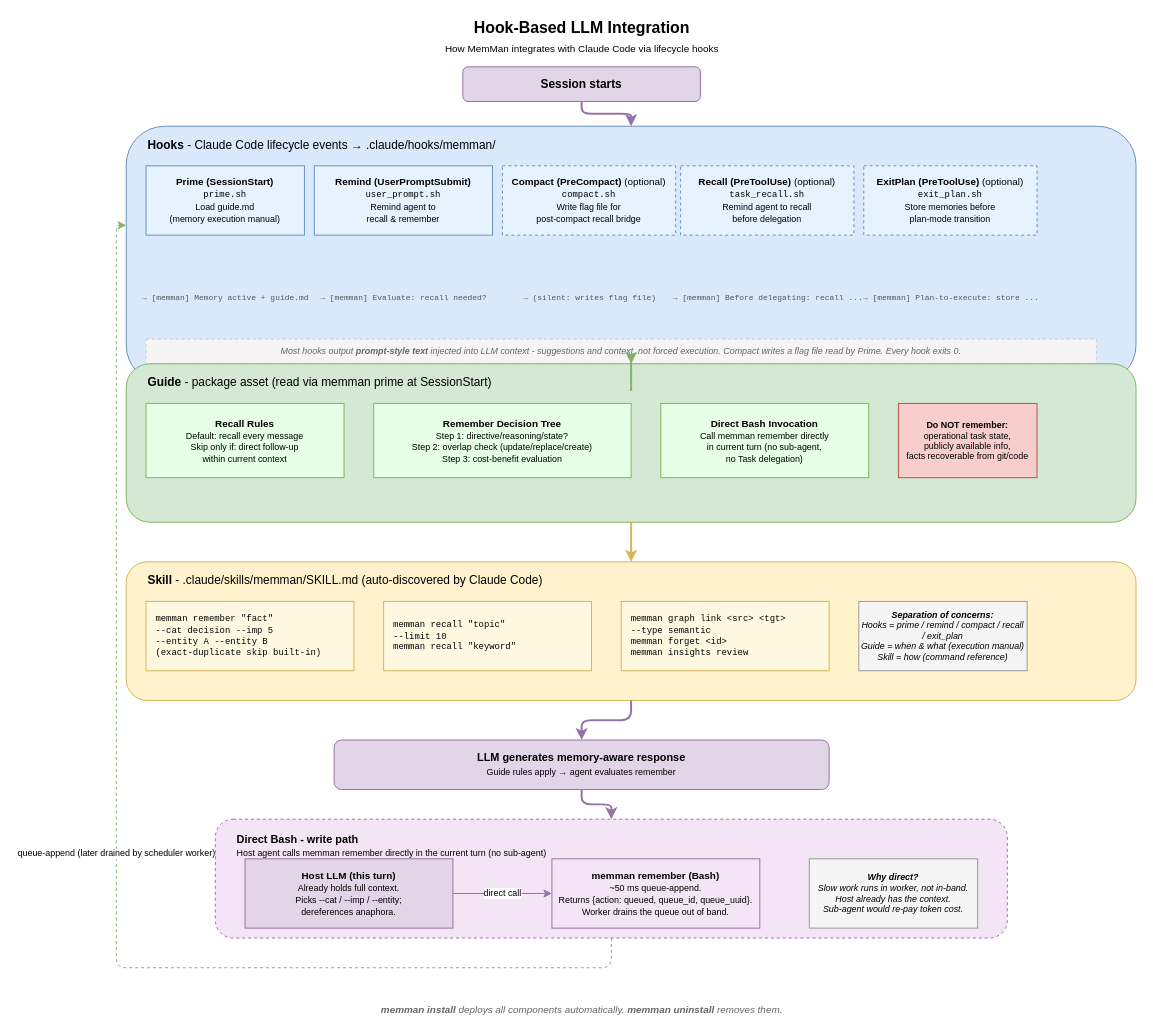
Earlier version of the draw.io diagram docs/diagrams/07-three-layer-integration.drawio (bissli/memman). Source tidied: cells renumbered, new cells numbered last; positions are measured from the earlier drawing's top-left corner, leaving out a move shared by most shapes. Both pictures are drawn from the tidied source at 99%, with x=0, y=0 at pixel (116, 17).
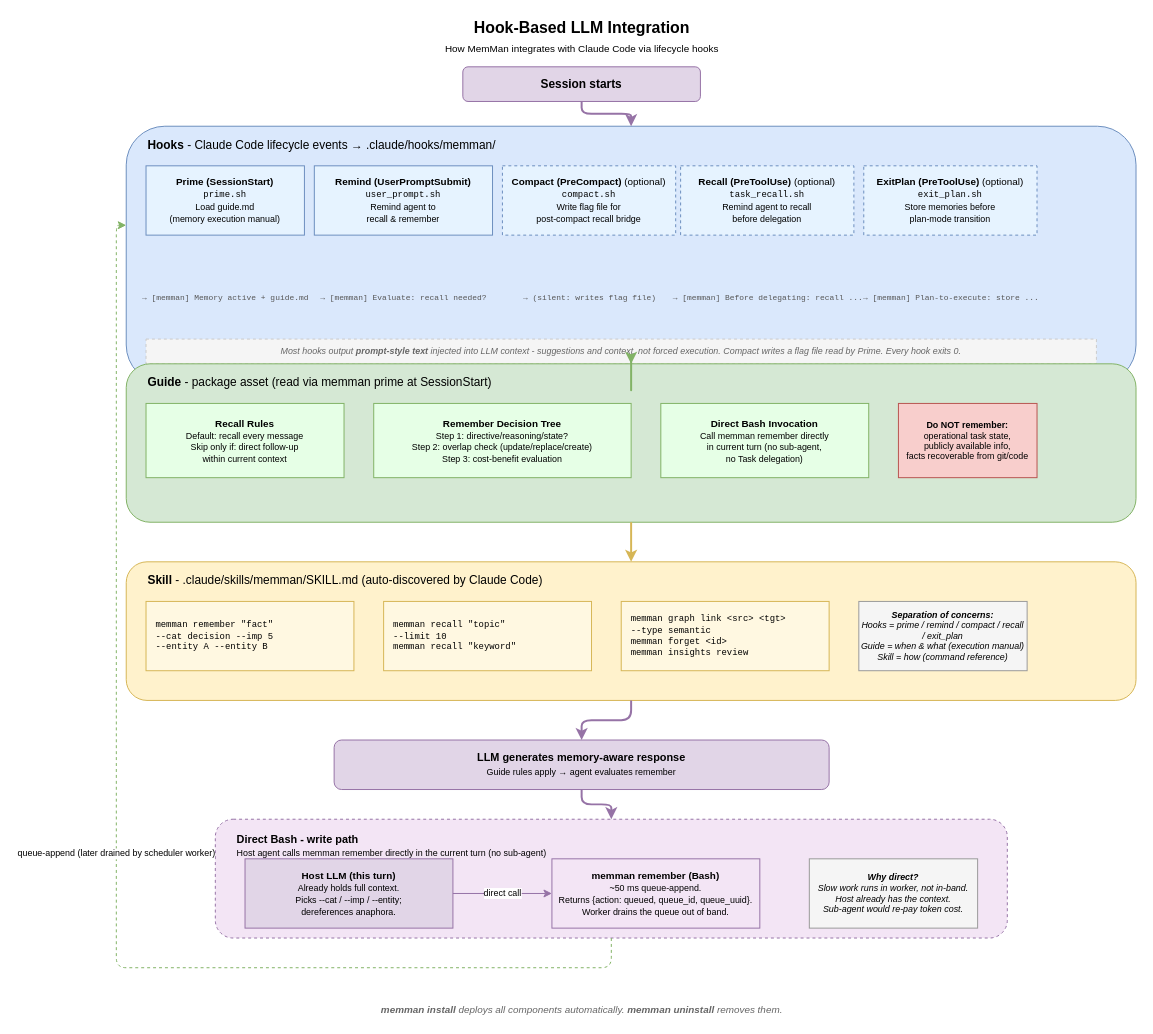
The same diagram, later.

The edit, as a diff of the source:
```diff
@@
-    <mxCell id="27" value="&lt;font style=&quot;font-family:monospace;font-size:9px&quot;&gt;memman remember &quot;fact&quot;&lt;br&gt;  --cat decision --imp 5&lt;br&gt;  --entity A --entity B&lt;br&gt;  (exact-duplicate skip built-in)&lt;/font&gt;" style="rounded=0;whiteSpace=wrap;html=1;fillColor=#FFF8E1;strokeColor=#d6b656;fontSize=9;align=left;spacingLeft=8;" parent="1" vertex="1">
+    <mxCell id="27" value="&lt;font style=&quot;font-family:monospace;font-size:9px&quot;&gt;memman remember &quot;fact&quot;&lt;br&gt;  --cat decision --imp 5&lt;br&gt;  --entity A --entity B&lt;/font&gt;" style="rounded=0;whiteSpace=wrap;html=1;fillColor=#FFF8E1;strokeColor=#d6b656;fontSize=9;align=left;spacingLeft=8;" parent="1" vertex="1">
       <mxGeometry x="30" y="590" width="210" height="70" as="geometry" />
     </mxCell>
```
